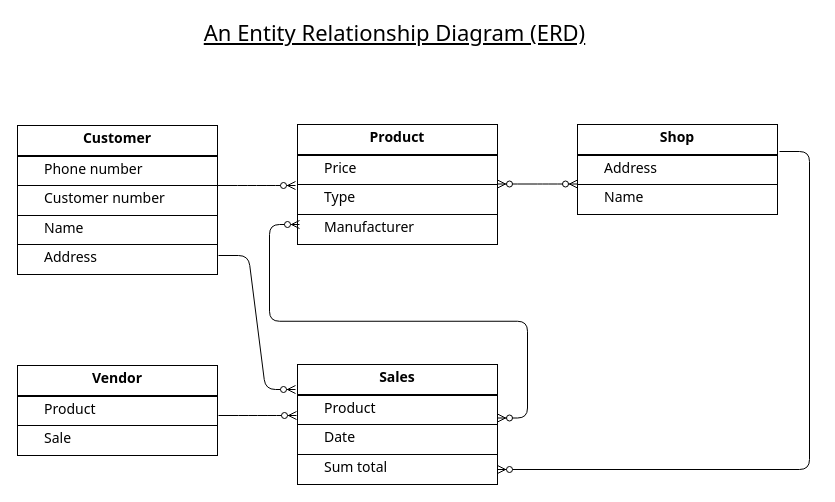
Before: practice/Untitled Diagram.drawio in Kittisan-P/Kittisan-P.github.io, a draw.io diagram. Source tidied: cells renumbered, new cells numbered last; positions are measured from the earlier drawing's top-left corner, leaving out a move shared by most shapes. Both pictures are drawn from the tidied source at 100%, with x=0, y=0 at pixel (17, 17).
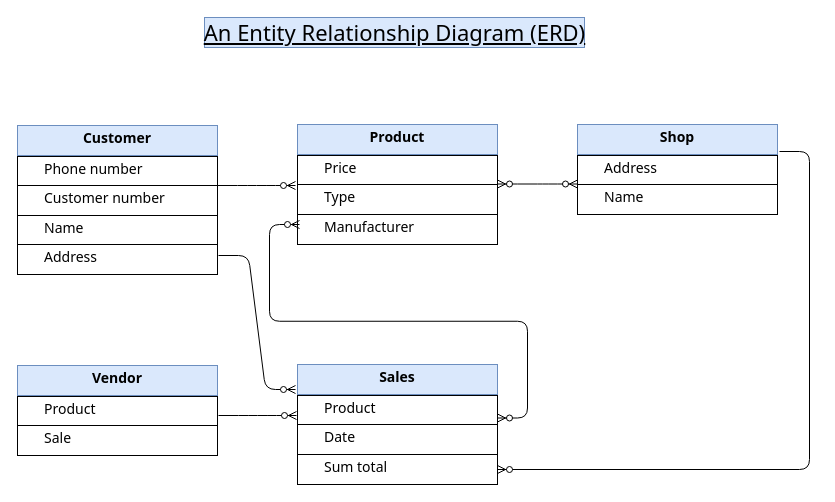
Above is the later version.

Commit message:
Update An Entity Relationship Diagram (ERD)

Change to the diagram source:
```diff
@@
-    <mxCell id="2" style="rounded=0;whiteSpace=wrap;html=1;verticalAlign=middle;" parent="1" vertex="1">
+    <mxCell id="2" style="rounded=0;whiteSpace=wrap;html=1;verticalAlign=middle;fillColor=#dae8fc;strokeColor=#6c8ebf;" parent="1" vertex="1">
       <mxGeometry y="108" width="200" height="30" as="geometry" />
     </mxCell>
@@
-    <mxCell id="16" style="rounded=0;whiteSpace=wrap;html=1;verticalAlign=middle;" parent="1" vertex="1">
+    <mxCell id="16" style="rounded=0;whiteSpace=wrap;html=1;verticalAlign=middle;fillColor=#dae8fc;strokeColor=#6c8ebf;" parent="1" vertex="1">
       <mxGeometry x="280" y="107" width="200" height="30" as="geometry" />
     </mxCell>
@@
-    <mxCell id="28" style="rounded=0;whiteSpace=wrap;html=1;verticalAlign=middle;" parent="1" vertex="1">
+    <mxCell id="28" style="rounded=0;whiteSpace=wrap;html=1;verticalAlign=middle;fillColor=#dae8fc;strokeColor=#6c8ebf;" parent="1" vertex="1">
       <mxGeometry x="560" y="107" width="200" height="30" as="geometry" />
     </mxCell>
@@
-    <mxCell id="38" style="rounded=0;whiteSpace=wrap;html=1;verticalAlign=middle;" parent="1" vertex="1">
+    <mxCell id="38" style="rounded=0;whiteSpace=wrap;html=1;verticalAlign=middle;fillColor=#dae8fc;strokeColor=#6c8ebf;" parent="1" vertex="1">
       <mxGeometry y="348" width="200" height="30" as="geometry" />
     </mxCell>
@@
-    <mxCell id="48" style="rounded=0;whiteSpace=wrap;html=1;verticalAlign=middle;" parent="1" vertex="1">
+    <mxCell id="48" style="rounded=0;whiteSpace=wrap;html=1;verticalAlign=middle;fillColor=#dae8fc;strokeColor=#6c8ebf;" parent="1" vertex="1">
       <mxGeometry x="280" y="347" width="200" height="30" as="geometry" />
     </mxCell>
@@
-    <mxCell id="60" value="An Entity Relationship Diagram (ERD)" style="text;html=1;align=center;verticalAlign=middle;fontSize=22;fontFamily=Tahoma;fontStyle=4;" parent="1" vertex="1">
+    <mxCell id="60" value="An Entity Relationship Diagram (ERD)" style="text;html=1;align=center;verticalAlign=middle;fontSize=22;fontFamily=Tahoma;fontStyle=4;fillColor=#dae8fc;strokeColor=#6c8ebf;" parent="1" vertex="1">
       <mxGeometry x="187" width="380" height="30" as="geometry" />
     </mxCell>
```
